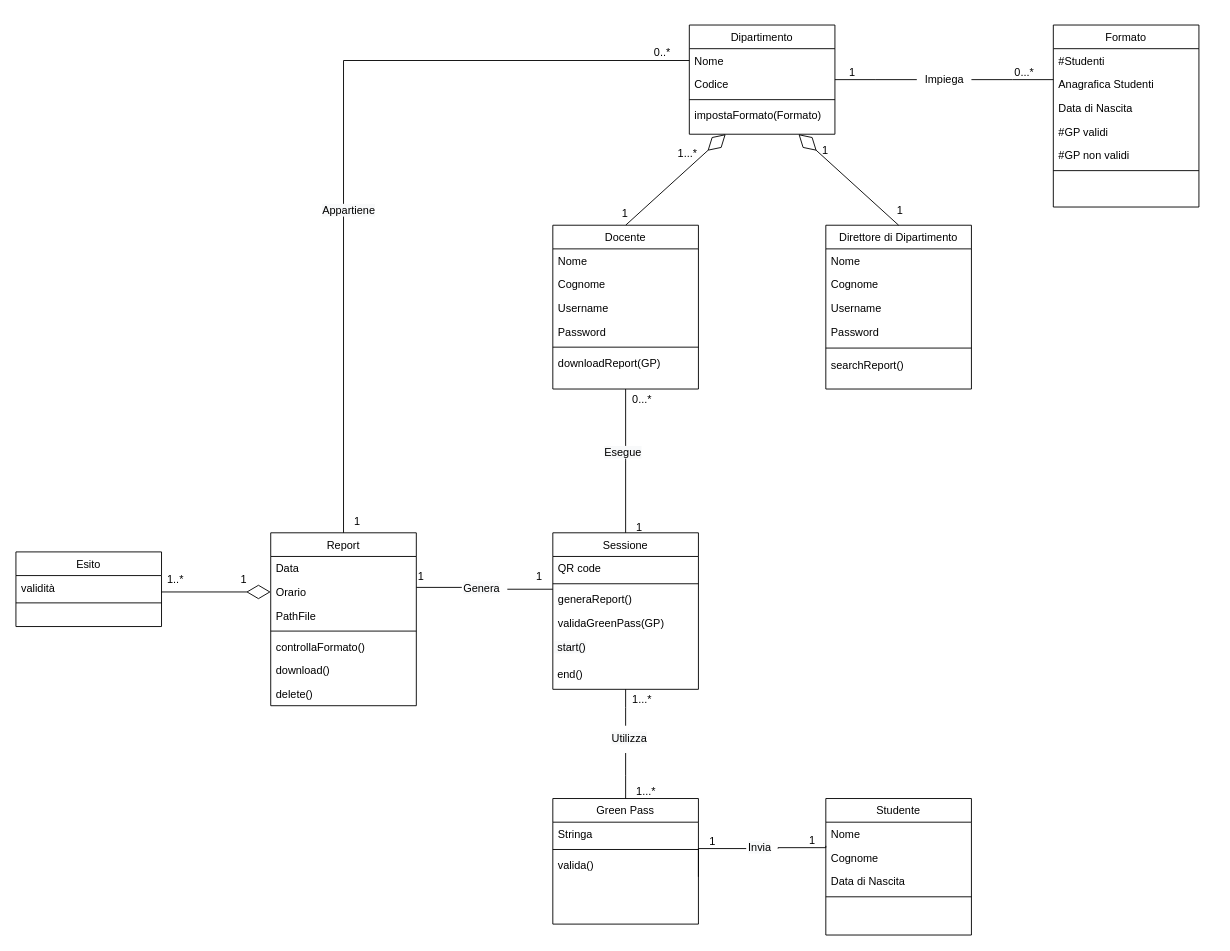
Above: Documentazione/Resources/Class Diagram.drawio in Alberto-00/EasyPass (draw.io), before the change. Source tidied: cells renumbered, new cells numbered last; positions are measured from the earlier drawing's top-left corner, leaving out a move shared by most shapes. Both pictures are drawn from the tidied source at 91%, with x=0, y=0 at pixel (15, 25).
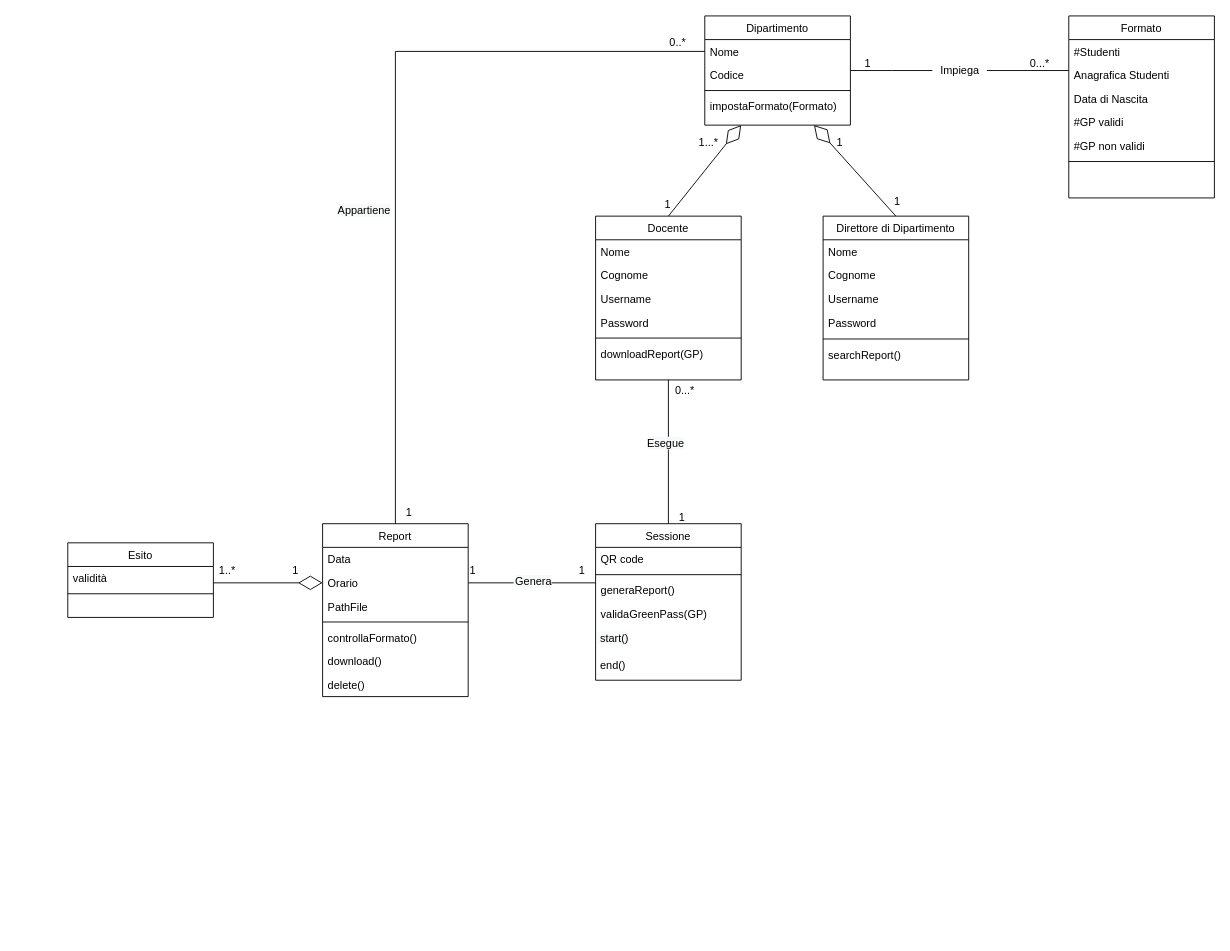
The same page after the edit.

Unchanged cells that the change refers to:
```xml
<mxCell id="31" value="&lt;span style=&quot;font-family: &amp;#34;helvetica&amp;#34;&quot;&gt;&amp;nbsp;end()&lt;/span&gt;" style="text;whiteSpace=wrap;html=1;" parent="25" vertex="1">
  <mxGeometry y="142" width="160" height="30" as="geometry" />
</mxCell>
<mxCell id="34" value="Orario" style="text;align=left;verticalAlign=top;spacingLeft=4;spacingRight=4;overflow=hidden;points=[[0,0.5],[1,0.5]];portConstraint=eastwest;rounded=0;shadow=0;html=0;" parent="32" vertex="1">
  <mxGeometry y="52" width="160" height="26" as="geometry" />
</mxCell>
```

Change to the diagram source:
```diff
@@
     <mxCell id="2" value="Dipartimento" style="swimlane;fontStyle=0;align=center;verticalAlign=top;horizontal=1;startSize=26;rounded=0;shadow=0;strokeWidth=1;" parent="1" vertex="1">
-      <mxGeometry x="740" width="160" height="120" as="geometry" />
+      <mxGeometry x="757" y="-10" width="160" height="120" as="geometry" />
     </mxCell>
@@
     <mxCell id="7" value="Direttore di Dipartimento" style="swimlane;fontStyle=0;align=center;verticalAlign=top;horizontal=1;startSize=26;rounded=0;shadow=0;strokeWidth=1;fontColor=#000000;" parent="1" vertex="1">
-      <mxGeometry x="890" y="220" width="160" height="180" as="geometry" />
+      <mxGeometry x="887" y="210" width="160" height="180" as="geometry" />
     </mxCell>
@@
     <mxCell id="14" value="Formato" style="swimlane;fontStyle=0;align=center;verticalAlign=top;horizontal=1;startSize=26;rounded=0;shadow=0;strokeWidth=1;fontColor=#000000;" parent="1" vertex="1">
-      <mxGeometry x="1140" width="160" height="200" as="geometry" />
+      <mxGeometry x="1157" y="-10" width="160" height="200" as="geometry" />
     </mxCell>
@@
-    <mxCell id="23" style="endArrow=diamondThin;endFill=0;endSize=24;html=1;rounded=0;exitX=0.5;exitY=0;exitDx=0;exitDy=0;" parent="1" edge="1" source="64">
-      <mxGeometry relative="1" as="geometry">
-        <mxPoint x="780" y="120" as="targetPoint" />
-      </mxGeometry>
+    <mxCell id="23" style="endArrow=diamondThin;endFill=0;endSize=24;html=1;rounded=0;exitX=0.5;exitY=0;exitDx=0;exitDy=0;entryX=0.25;entryY=1;entryDx=0;entryDy=0;" parent="1" edge="1" source="64" target="2">
+      <mxGeometry relative="1" as="geometry" />
     </mxCell>
-    <mxCell id="24" style="endArrow=diamondThin;endFill=0;endSize=24;html=1;rounded=0;exitX=0.5;exitY=0;exitDx=0;exitDy=0;" parent="1" edge="1" source="7">
-      <mxGeometry relative="1" as="geometry">
-        <mxPoint x="860" y="120" as="targetPoint" />
-      </mxGeometry>
+    <mxCell id="24" style="endArrow=diamondThin;endFill=0;endSize=24;html=1;rounded=0;exitX=0.5;exitY=0;exitDx=0;exitDy=0;entryX=0.75;entryY=1;entryDx=0;entryDy=0;" parent="1" edge="1" source="7" target="2">
+      <mxGeometry relative="1" as="geometry" />
     </mxCell>
     <mxCell id="25" value="Sessione" style="swimlane;fontStyle=0;align=center;verticalAlign=top;horizontal=1;startSize=26;rounded=0;shadow=0;strokeWidth=1;" parent="1" vertex="1">
-      <mxGeometry x="590" y="558" width="160" height="172" as="geometry" />
+      <mxGeometry x="637" y="548" width="160" height="172" as="geometry" />
     </mxCell>
@@
     <mxCell id="32" value="Report" style="swimlane;fontStyle=0;align=center;verticalAlign=top;horizontal=1;startSize=26;rounded=0;shadow=0;strokeWidth=1;" parent="1" vertex="1">
-      <mxGeometry x="280" y="558" width="160" height="190" as="geometry" />
+      <mxGeometry x="337" y="548" width="160" height="190" as="geometry" />
     </mxCell>
@@
     <mxCell id="40" value="Esito" style="swimlane;fontStyle=0;align=center;verticalAlign=top;horizontal=1;startSize=26;rounded=0;shadow=0;strokeWidth=1;fontColor=#000000;" parent="1" vertex="1">
-      <mxGeometry y="579" width="160" height="82" as="geometry" />
+      <mxGeometry x="57" y="569" width="160" height="82" as="geometry" />
     </mxCell>
@@
     <mxCell id="46" value="&lt;span style=&quot;color: rgb(0 , 0 , 0) ; font-family: &amp;#34;helvetica&amp;#34; ; font-size: 12px ; font-style: normal ; font-weight: 400 ; letter-spacing: normal ; text-align: center ; text-indent: 0px ; text-transform: none ; word-spacing: 0px ; background-color: rgb(248 , 249 , 250) ; display: inline ; float: none&quot;&gt;Esegue&lt;/span&gt;" style="text;whiteSpace=wrap;html=1;" parent="1" vertex="1">
-      <mxGeometry x="645" y="455.5" width="50" height="30" as="geometry" />
+      <mxGeometry x="692" y="445.5" width="50" height="30" as="geometry" />
     </mxCell>
     <mxCell id="47" style="endArrow=diamondThin;endFill=0;endSize=24;html=1;rounded=0;entryX=0;entryY=0.5;entryDx=0;entryDy=0;" parent="1" edge="1" target="34">
       <mxGeometry relative="1" as="geometry">
-        <mxPoint x="160" y="623" as="sourcePoint" />
+        <mxPoint x="217" y="613" as="sourcePoint" />
       </mxGeometry>
     </mxCell>
-    <mxCell id="48" value="Studente" style="swimlane;fontStyle=0;align=center;verticalAlign=top;horizontal=1;startSize=26;rounded=0;shadow=0;strokeWidth=1;" parent="1" vertex="1">
-      <mxGeometry x="890" y="850" width="160" height="150" as="geometry" />
-    </mxCell>
-    <mxCell id="49" value="Nome" style="text;align=left;verticalAlign=top;spacingLeft=4;spacingRight=4;overflow=hidden;" parent="48" vertex="1">
-      <mxGeometry y="26" width="160" height="26" as="geometry" />
-    </mxCell>
-    <mxCell id="50" value="Cognome" style="text;align=left;verticalAlign=top;spacingLeft=4;spacingRight=4;overflow=hidden;rounded=0;shadow=0;html=0;" parent="48" vertex="1">
-      <mxGeometry y="52" width="160" height="26" as="geometry" />
-    </mxCell>
-    <mxCell id="51" value="Data di Nascita" style="text;align=left;verticalAlign=top;spacingLeft=4;spacingRight=4;overflow=hidden;rounded=0;shadow=0;html=0;" parent="48" vertex="1">
-      <mxGeometry y="78" width="160" height="26" as="geometry" />
-    </mxCell>
-    <mxCell id="52" style="line;html=1;strokeWidth=1;align=left;verticalAlign=middle;spacingTop=-1;spacingLeft=3;spacingRight=3;labelPosition=right;" parent="48" vertex="1">
-      <mxGeometry y="104" width="160" height="8" as="geometry" />
-    </mxCell>
-    <mxCell id="53" value="Green Pass" style="swimlane;fontStyle=0;align=center;verticalAlign=top;horizontal=1;startSize=26;rounded=0;shadow=0;strokeWidth=1;" parent="1" vertex="1">
-      <mxGeometry x="590" y="850" width="160" height="138" as="geometry" />
-    </mxCell>
-    <mxCell id="54" value="Stringa" style="text;align=left;verticalAlign=top;spacingLeft=4;spacingRight=4;overflow=hidden;" parent="53" vertex="1">
-      <mxGeometry y="26" width="160" height="26" as="geometry" />
-    </mxCell>
-    <mxCell id="55" style="line;html=1;strokeWidth=1;align=left;verticalAlign=middle;spacingTop=-1;spacingLeft=3;spacingRight=3;labelPosition=right;" parent="53" vertex="1">
-      <mxGeometry y="52" width="160" height="8" as="geometry" />
-    </mxCell>
-    <mxCell id="56" value="valida()" style="text;align=left;verticalAlign=top;spacingLeft=4;spacingRight=4;overflow=hidden;" parent="53" vertex="1">
-      <mxGeometry y="60" width="160" height="26" as="geometry" />
-    </mxCell>
-    <mxCell id="57" style="endArrow=none;shadow=0;strokeWidth=1;rounded=0;endFill=0;edgeStyle=elbowEdgeStyle;elbow=vertical;exitX=0.5;exitY=0;exitDx=0;exitDy=0;entryX=0.5;entryY=1;entryDx=0;entryDy=0;startArrow=none;" parent="1" edge="1" source="75" target="31">
-      <mxGeometry x="0.5" y="41" relative="1" as="geometry">
-        <mxPoint x="-40" y="32" as="offset" />
-      </mxGeometry>
-    </mxCell>
-    <mxCell id="58" value="1...*" style="align=right;verticalAlign=bottom;labelBackgroundColor=none;fontSize=12;" parent="57" vertex="1">
-      <mxGeometry x="1" relative="1" as="geometry">
-        <mxPoint x="30" y="20" as="offset" />
-      </mxGeometry>
-    </mxCell>
     <mxCell id="59" value="1...*" style="align=right;verticalAlign=bottom;labelBackgroundColor=none;fontSize=12;" parent="1" vertex="1">
-      <mxGeometry x="750" y="150" as="geometry" />
+      <mxGeometry x="797" y="150" as="geometry">
+        <mxPoint x="-24" y="-13" as="offset" />
+      </mxGeometry>
     </mxCell>
     <mxCell id="60" value="1" style="align=right;verticalAlign=bottom;labelBackgroundColor=none;fontSize=12;" parent="1" vertex="1">
-      <mxGeometry x="900" y="150" as="geometry">
-        <mxPoint x="-6" y="-4" as="offset" />
+      <mxGeometry x="937" y="140" as="geometry">
+        <mxPoint x="-27" y="-3" as="offset" />
       </mxGeometry>
     </mxCell>
     <mxCell id="61" value="1" style="align=right;verticalAlign=bottom;labelBackgroundColor=none;fontSize=12;" parent="1" vertex="1">
-      <mxGeometry x="890" y="160" as="geometry">
+      <mxGeometry x="937" y="150" as="geometry">
         <mxPoint x="-216" y="56" as="offset" />
       </mxGeometry>
     </mxCell>
     <mxCell id="62" value="1" style="align=right;verticalAlign=bottom;labelBackgroundColor=none;fontSize=12;" parent="1" vertex="1">
-      <mxGeometry x="930" y="160" as="geometry">
+      <mxGeometry x="927" y="150" as="geometry">
         <mxPoint x="46" y="52" as="offset" />
       </mxGeometry>
     </mxCell>
     <mxCell id="63" value="1" style="align=left;verticalAlign=bottom;labelBackgroundColor=none;fontSize=12;" parent="1" vertex="1">
-      <mxGeometry x="450" y="590" as="geometry">
+      <mxGeometry x="507" y="584" as="geometry">
         <mxPoint x="-10" y="24" as="offset" />
       </mxGeometry>
     </mxCell>
     <mxCell id="64" value="Docente" style="swimlane;fontStyle=0;align=center;verticalAlign=top;horizontal=1;startSize=26;rounded=0;shadow=0;strokeWidth=1;" parent="1" vertex="1">
-      <mxGeometry x="590" y="220" width="160" height="180" as="geometry" />
+      <mxGeometry x="637" y="210" width="160" height="180" as="geometry" />
     </mxCell>
@@
     <mxCell id="71" value="1..*" style="text;html=1;align=center;verticalAlign=middle;strokeColor=none;fillColor=none;" parent="1" vertex="1">
-      <mxGeometry x="160" y="600" width="30" height="20" as="geometry" />
+      <mxGeometry x="217" y="590" width="30" height="20" as="geometry" />
     </mxCell>
     <mxCell id="72" value="Impiega" style="text;html=1;align=center;verticalAlign=middle;points=[];strokeColor=none;fillColor=none;" parent="1" vertex="1">
-      <mxGeometry x="990" y="50" width="60" height="20" as="geometry" />
+      <mxGeometry x="1007" y="40" width="60" height="20" as="geometry" />
     </mxCell>
@@
-    <mxCell id="75" value="&lt;span style=&quot;color: rgb(0 , 0 , 0) ; font-family: &amp;#34;helvetica&amp;#34; ; font-size: 12px ; font-style: normal ; font-weight: 400 ; letter-spacing: normal ; text-align: center ; text-indent: 0px ; text-transform: none ; word-spacing: 0px ; background-color: rgb(248 , 249 , 250) ; display: inline ; float: none&quot;&gt;Utilizza&lt;/span&gt;" style="text;whiteSpace=wrap;html=1;" parent="1" vertex="1">
-      <mxGeometry x="652.5" y="770" width="35" height="30" as="geometry" />
-    </mxCell>
-    <mxCell id="76" style="endArrow=none;shadow=0;strokeWidth=1;rounded=0;endFill=0;edgeStyle=elbowEdgeStyle;elbow=vertical;exitX=0.5;exitY=0;exitDx=0;exitDy=0;entryX=0.5;entryY=1;entryDx=0;entryDy=0;" parent="1" edge="1" source="53" target="75">
-      <mxGeometry x="0.5" y="41" relative="1" as="geometry">
-        <mxPoint x="-40" y="32" as="offset" />
-      </mxGeometry>
-    </mxCell>
-    <mxCell id="77" value="1...*" style="align=left;verticalAlign=bottom;labelBackgroundColor=none;fontSize=12;" parent="76" vertex="1">
-      <mxGeometry x="-1" relative="1" as="geometry">
-        <mxPoint x="10" y="1" as="offset" />
-      </mxGeometry>
-    </mxCell>
-    <mxCell id="78" style="endArrow=none;shadow=0;strokeWidth=1;rounded=0;endFill=0;edgeStyle=elbowEdgeStyle;elbow=vertical;exitX=0;exitY=0.5;exitDx=0;exitDy=0;entryX=1;entryY=0.5;entryDx=0;entryDy=0;startArrow=none;" parent="1" edge="1" source="80">
-      <mxGeometry x="0.5" y="41" relative="1" as="geometry">
-        <mxPoint x="750" y="936" as="targetPoint" />
-        <Array as="points">
-          <mxPoint x="750" y="905" />
-        </Array>
-        <mxPoint x="-40" y="32" as="offset" />
-      </mxGeometry>
-    </mxCell>
-    <mxCell id="79" value="1" style="align=right;verticalAlign=bottom;labelBackgroundColor=none;fontSize=12;" parent="78" vertex="1">
-      <mxGeometry x="1" relative="1" as="geometry">
-        <mxPoint x="20" y="-31" as="offset" />
-      </mxGeometry>
-    </mxCell>
-    <mxCell id="80" value="&lt;span style=&quot;color: rgb(0 , 0 , 0) ; font-family: &amp;#34;helvetica&amp;#34; ; font-size: 12px ; font-style: normal ; font-weight: 400 ; letter-spacing: normal ; text-align: center ; text-indent: 0px ; text-transform: none ; word-spacing: 0px ; background-color: rgb(248 , 249 , 250) ; display: inline ; float: none&quot;&gt;Invia&lt;/span&gt;" style="text;whiteSpace=wrap;html=1;" parent="1" vertex="1">
-      <mxGeometry x="802.5" y="890" width="35" height="30" as="geometry" />
-    </mxCell>
-    <mxCell id="81" style="endArrow=none;shadow=0;strokeWidth=1;rounded=0;endFill=0;edgeStyle=elbowEdgeStyle;elbow=vertical;exitX=0;exitY=0.5;exitDx=0;exitDy=0;entryX=1;entryY=0.5;entryDx=0;entryDy=0;" parent="1" edge="1" target="80">
-      <mxGeometry x="0.5" y="41" relative="1" as="geometry">
-        <mxPoint x="890" y="902" as="sourcePoint" />
-        <mxPoint x="-40" y="32" as="offset" />
-      </mxGeometry>
-    </mxCell>
-    <mxCell id="82" value="1" style="align=left;verticalAlign=bottom;labelBackgroundColor=none;fontSize=12;" parent="81" vertex="1">
-      <mxGeometry x="-1" relative="1" as="geometry">
-        <mxPoint x="-20" y="3" as="offset" />
-      </mxGeometry>
-    </mxCell>
-    <mxCell id="83" style="endArrow=none;html=1;rounded=0;startArrow=none;" parent="1" edge="1">
-      <mxGeometry relative="1" as="geometry">
-        <mxPoint x="490" y="618" as="sourcePoint" />
-        <mxPoint x="440" y="618" as="targetPoint" />
-      </mxGeometry>
-    </mxCell>
-    <mxCell id="84" value="&lt;span style=&quot;color: rgb(0 , 0 , 0) ; font-family: &amp;#34;helvetica&amp;#34; ; font-size: 12px ; font-style: normal ; font-weight: 400 ; letter-spacing: normal ; text-align: center ; text-indent: 0px ; text-transform: none ; word-spacing: 0px ; background-color: rgb(248 , 249 , 250) ; display: inline ; float: none&quot;&gt;Genera&lt;/span&gt;" style="text;whiteSpace=wrap;html=1;" parent="1" vertex="1">
-      <mxGeometry x="490" y="605" width="50" height="30" as="geometry" />
-    </mxCell>
-    <mxCell id="85" style="endArrow=none;html=1;rounded=0;" parent="1" edge="1" target="84">
-      <mxGeometry relative="1" as="geometry">
-        <mxPoint x="590" y="620" as="sourcePoint" />
-      </mxGeometry>
-    </mxCell>
     <mxCell id="86" style="align=left;verticalAlign=bottom;labelBackgroundColor=none;fontSize=12;" parent="1" vertex="1">
-      <mxGeometry x="50" y="547" as="geometry">
+      <mxGeometry x="107" y="537" as="geometry">
         <mxPoint x="-440" y="-13" as="offset" />
       </mxGeometry>
     </mxCell>
     <mxCell id="87" style="align=left;verticalAlign=bottom;labelBackgroundColor=none;fontSize=12;" parent="1" vertex="1">
-      <mxGeometry x="260" y="590" as="geometry">
+      <mxGeometry x="317" y="580" as="geometry">
         <mxPoint x="-10" y="24" as="offset" />
       </mxGeometry>
     </mxCell>
     <mxCell id="88" value="1" style="align=left;verticalAlign=bottom;labelBackgroundColor=none;fontSize=12;" parent="1" vertex="1">
-      <mxGeometry x="580" y="590" as="geometry">
+      <mxGeometry x="627" y="584" as="geometry">
         <mxPoint x="-10" y="24" as="offset" />
       </mxGeometry>
     </mxCell>
@@
     <mxCell id="90" value="&lt;span style=&quot;color: rgb(0 , 0 , 0) ; font-family: &amp;#34;helvetica&amp;#34; ; font-size: 12px ; font-style: normal ; font-weight: 400 ; letter-spacing: normal ; text-align: center ; text-indent: 0px ; text-transform: none ; word-spacing: 0px ; background-color: rgb(248 , 249 , 250) ; display: inline ; float: none&quot;&gt;Appartiene&lt;br&gt;&lt;/span&gt;" style="text;whiteSpace=wrap;html=1;" parent="1" vertex="1">
-      <mxGeometry x="335" y="190" width="50" height="30" as="geometry" />
+      <mxGeometry x="352" y="190" width="50" height="30" as="geometry" />
     </mxCell>
     <mxCell id="91" value="0..*" style="text;html=1;align=center;verticalAlign=middle;strokeColor=none;fillColor=none;" parent="1" vertex="1">
-      <mxGeometry x="695" y="20" width="30" height="20" as="geometry" />
+      <mxGeometry x="712" y="10" width="30" height="20" as="geometry" />
     </mxCell>
     <mxCell id="92" value="1" style="align=left;verticalAlign=bottom;labelBackgroundColor=none;fontSize=12;" parent="1" vertex="1">
-      <mxGeometry x="380" y="530" as="geometry">
+      <mxGeometry x="437" y="520" as="geometry">
         <mxPoint x="-10" y="24" as="offset" />
       </mxGeometry>
     </mxCell>
     <mxCell id="93" value="1" style="text;html=1;align=center;verticalAlign=middle;strokeColor=none;fillColor=none;" parent="1" vertex="1">
-      <mxGeometry x="240" y="600" width="20" height="20" as="geometry" />
+      <mxGeometry x="297" y="590" width="20" height="20" as="geometry" />
     </mxCell>
+    <mxCell id="94" style="endArrow=none;html=1;rounded=0;exitX=1;exitY=0.5;exitDx=0;exitDy=0;startArrow=none;" parent="1" edge="1" source="84">
+      <mxGeometry relative="1" as="geometry">
+        <mxPoint x="637" y="613" as="targetPoint" />
+      </mxGeometry>
+    </mxCell>
+    <mxCell id="84" value="&lt;span style=&quot;color: rgb(0 , 0 , 0) ; font-family: &amp;#34;helvetica&amp;#34; ; font-size: 12px ; font-style: normal ; font-weight: 400 ; letter-spacing: normal ; text-align: center ; text-indent: 0px ; text-transform: none ; word-spacing: 0px ; background-color: rgb(248 , 249 , 250) ; display: inline ; float: none&quot;&gt;Genera&lt;/span&gt;" style="text;whiteSpace=wrap;html=1;" parent="1" vertex="1">
+      <mxGeometry x="547" y="598" width="40" height="30" as="geometry" />
+    </mxCell>
+    <mxCell id="95" style="endArrow=none;html=1;rounded=0;exitX=1;exitY=0.5;exitDx=0;exitDy=0;" parent="1" edge="1" source="34" target="84">
+      <mxGeometry relative="1" as="geometry" />
+    </mxCell>
```
